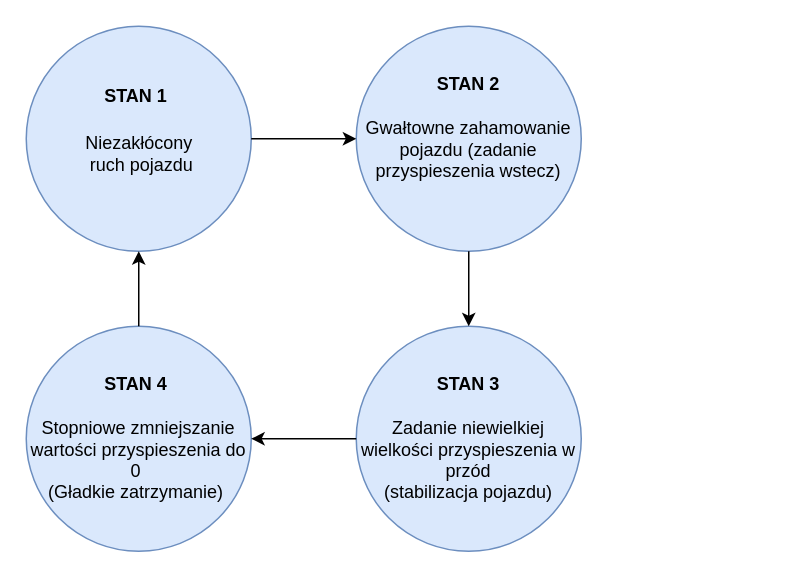
killpopmusic/itwl-donkeycar keeps this draw.io diagram as STATE.drawio. Above is the earlier version. Source tidied: cells renumbered, new cells numbered last; positions are measured from the earlier drawing's top-left corner, leaving out a move shared by most shapes. Both pictures are drawn from the tidied source at 150%, with x=0, y=0 at pixel (26, 26).
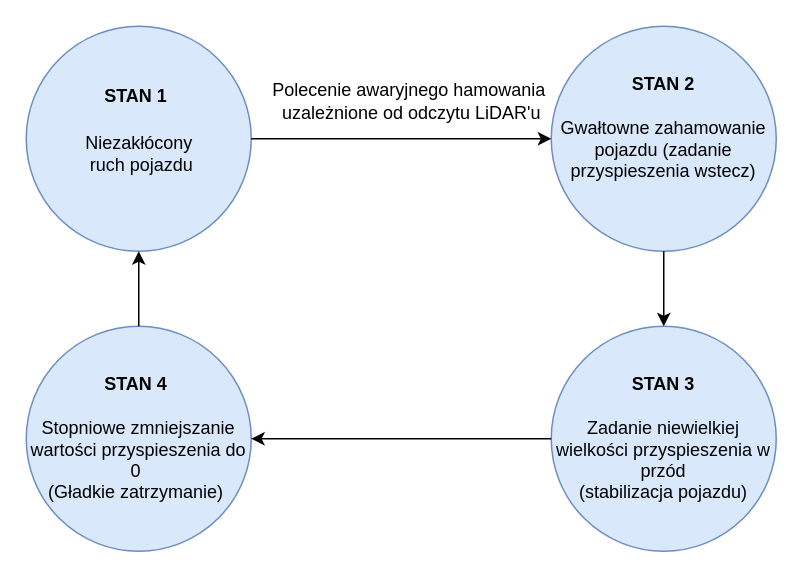
The same diagram, later.

The edit, as a diff of the source:
```diff
@@
 <mxGraphModel>
   <root>
     <mxCell id="0" />
     <mxCell id="1" parent="0" />
     <mxCell id="2" value="&lt;b&gt;STAN 1&amp;nbsp;&lt;br&gt;&lt;/b&gt;&lt;br&gt;&lt;br&gt;&lt;br&gt;&lt;br&gt;" style="ellipse;whiteSpace=wrap;html=1;fillColor=#dae8fc;strokeColor=#6c8ebf;" parent="1" vertex="1">
       <mxGeometry width="150" height="150" as="geometry" />
     </mxCell>
     <mxCell id="3" value="&lt;b&gt;STAN 2&lt;/b&gt;&lt;br&gt;&lt;br&gt;Gwałtowne zahamowanie pojazdu (zadanie przyspieszenia wstecz)&lt;br&gt;&lt;b&gt;&amp;nbsp;&lt;/b&gt;" style="ellipse;whiteSpace=wrap;html=1;fillColor=#dae8fc;strokeColor=#6c8ebf;" parent="1" vertex="1">
-      <mxGeometry x="220" width="150" height="150" as="geometry" />
+      <mxGeometry x="350" width="150" height="150" as="geometry" />
     </mxCell>
     <mxCell id="4" value="&lt;b&gt;STAN 3&lt;/b&gt;&lt;br&gt;&lt;br&gt;Zadanie niewielkiej wielkości przyspieszenia w przód &lt;br&gt;(stabilizacja pojazdu)" style="ellipse;whiteSpace=wrap;html=1;fillColor=#dae8fc;strokeColor=#6c8ebf;" parent="1" vertex="1">
-      <mxGeometry x="220" y="200" width="150" height="150" as="geometry" />
+      <mxGeometry x="350" y="200" width="150" height="150" as="geometry" />
     </mxCell>
     <mxCell id="5" value="&lt;b&gt;STAN 4&amp;nbsp;&lt;/b&gt;&lt;br&gt;&lt;br&gt;Stopniowe zmniejszanie wartości przyspieszenia do 0&amp;nbsp;&lt;br&gt;(Gładkie zatrzymanie)&lt;b&gt;&amp;nbsp;&lt;/b&gt;" style="ellipse;whiteSpace=wrap;html=1;fillColor=#dae8fc;strokeColor=#6c8ebf;" parent="1" vertex="1">
       <mxGeometry y="200" width="150" height="150" as="geometry" />
     </mxCell>
     <mxCell id="6" value="Niezakłócony&lt;br&gt;&amp;nbsp;ruch pojazdu" style="text;html=1;align=center;verticalAlign=middle;strokeColor=none;fillColor=none;" parent="1" vertex="1">
       <mxGeometry x="25" y="65" width="100" height="40" as="geometry" />
     </mxCell>
     <mxCell id="7" style="endArrow=classic;html=1;rounded=0;exitX=1;exitY=0.5;exitDx=0;exitDy=0;entryX=0;entryY=0.5;entryDx=0;entryDy=0;" parent="1" edge="1" source="2" target="3">
       <mxGeometry relative="1" as="geometry" />
     </mxCell>
     <mxCell id="8" style="endArrow=classic;html=1;rounded=0;exitX=0.5;exitY=1;exitDx=0;exitDy=0;entryX=0.5;entryY=0;entryDx=0;entryDy=0;" parent="1" edge="1" source="3" target="4">
       <mxGeometry relative="1" as="geometry" />
     </mxCell>
     <mxCell id="9" style="endArrow=classic;html=1;rounded=0;exitX=0;exitY=0.5;exitDx=0;exitDy=0;entryX=1;entryY=0.5;entryDx=0;entryDy=0;" parent="1" edge="1" source="4" target="5">
       <mxGeometry relative="1" as="geometry" />
     </mxCell>
     <mxCell id="10" style="endArrow=classic;html=1;rounded=0;exitX=0.5;exitY=0;exitDx=0;exitDy=0;entryX=0.5;entryY=1;entryDx=0;entryDy=0;" parent="1" edge="1" source="5" target="2">
       <mxGeometry relative="1" as="geometry" />
     </mxCell>
+    <mxCell id="11" value="Polecenie awaryjnego hamowania&lt;br&gt;&amp;nbsp;uzależnione od odczytu LiDAR'u" style="text;html=1;align=center;verticalAlign=middle;strokeColor=none;fillColor=none;" parent="1" vertex="1">
+      <mxGeometry x="150" y="30" width="210" height="40" as="geometry" />
+    </mxCell>
   </root>
 </mxGraphModel>
```
